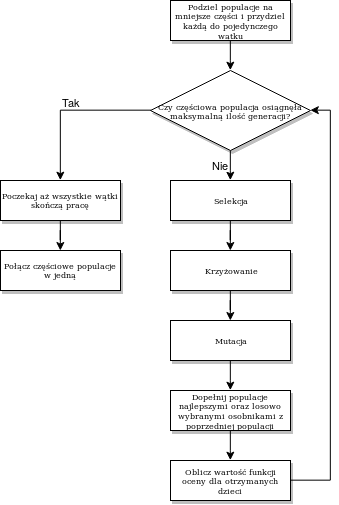
Before: img/next_gen_wyspowy.png, a diagram exported from draw.io (pberezow/inz-pberezow-praca). Source tidied: cells renumbered, new cells last; positions are measured from the earlier drawing's top-left corner, leaving out a move shared by most shapes.
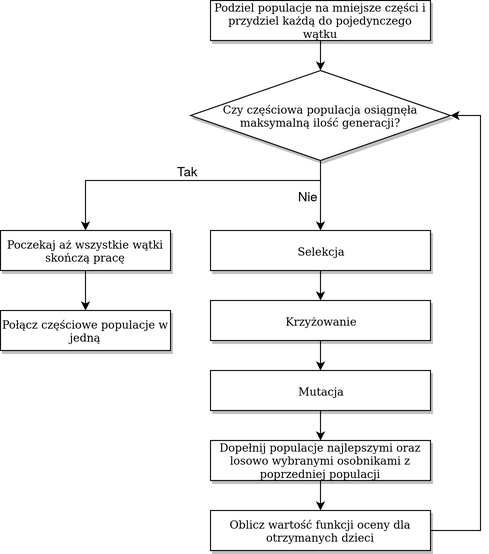
The same diagram one commit later.

What changed in the source:
```diff
@@ -5,61 +5,66 @@
     <mxCell id="2" style="edgeStyle=orthogonalEdgeStyle;rounded=0;jettySize=auto;html=1;entryX=0.5;entryY=0;entryDx=0;entryDy=0;" parent="1" edge="1" source="3" target="16">
       <mxGeometry relative="1" as="geometry" />
     </mxCell>
-    <mxCell id="3" value="Podziel populacje na mniejsze części i przydziel każdą do pojedynczego wątku" style="whiteSpace=wrap;html=1;rounded=0;shadow=1;labelBackgroundColor=none;strokeWidth=1;fontFamily=Verdana;fontSize=8;align=center;" parent="1" vertex="1">
-      <mxGeometry x="170" width="120" height="40" as="geometry" />
+    <mxCell id="3" value="&lt;font style=&quot;font-size: 11px&quot;&gt;Podziel populacje na mniejsze części i przydziel każdą do pojedynczego wątku&lt;/font&gt;" style="whiteSpace=wrap;html=1;rounded=0;shadow=1;labelBackgroundColor=none;strokeWidth=1;fontFamily=Verdana;fontSize=8;align=center;" parent="1" vertex="1">
+      <mxGeometry x="170" y="-50" width="220" height="40" as="geometry" />
     </mxCell>
     <mxCell id="4" style="edgeStyle=orthogonalEdgeStyle;rounded=0;jettySize=auto;html=1;" parent="1" edge="1" source="5" target="7">
       <mxGeometry relative="1" as="geometry" />
     </mxCell>
-    <mxCell id="5" value="Selekcja" style="whiteSpace=wrap;html=1;rounded=0;shadow=1;labelBackgroundColor=none;strokeWidth=1;fontFamily=Verdana;fontSize=8;align=center;" parent="1" vertex="1">
-      <mxGeometry x="170" y="180" width="120" height="40" as="geometry" />
+    <mxCell id="5" value="&lt;font style=&quot;font-size: 11px&quot;&gt;Selekcja&lt;/font&gt;" style="whiteSpace=wrap;html=1;rounded=0;shadow=1;labelBackgroundColor=none;strokeWidth=1;fontFamily=Verdana;fontSize=8;align=center;" parent="1" vertex="1">
+      <mxGeometry x="170" y="180" width="220" height="40" as="geometry" />
     </mxCell>
     <mxCell id="6" style="edgeStyle=orthogonalEdgeStyle;rounded=0;jettySize=auto;html=1;" parent="1" edge="1" source="7" target="9">
       <mxGeometry relative="1" as="geometry" />
     </mxCell>
-    <mxCell id="7" value="Krzyżowanie" style="whiteSpace=wrap;html=1;rounded=0;shadow=1;labelBackgroundColor=none;strokeWidth=1;fontFamily=Verdana;fontSize=8;align=center;" parent="1" vertex="1">
-      <mxGeometry x="170" y="250" width="120" height="40" as="geometry" />
+    <mxCell id="7" value="&lt;font style=&quot;font-size: 11px&quot;&gt;Krzyżowanie&lt;/font&gt;" style="whiteSpace=wrap;html=1;rounded=0;shadow=1;labelBackgroundColor=none;strokeWidth=1;fontFamily=Verdana;fontSize=8;align=center;" parent="1" vertex="1">
+      <mxGeometry x="170" y="250" width="220" height="40" as="geometry" />
     </mxCell>
     <mxCell id="8" style="edgeStyle=orthogonalEdgeStyle;rounded=0;jettySize=auto;html=1;entryX=0.5;entryY=0;entryDx=0;entryDy=0;" parent="1" edge="1" source="9" target="13">
       <mxGeometry relative="1" as="geometry" />
     </mxCell>
-    <mxCell id="9" value="Mutacja" style="whiteSpace=wrap;html=1;rounded=0;shadow=1;labelBackgroundColor=none;strokeWidth=1;fontFamily=Verdana;fontSize=8;align=center;" parent="1" vertex="1">
-      <mxGeometry x="170" y="320" width="120" height="40" as="geometry" />
+    <mxCell id="9" value="&lt;font style=&quot;font-size: 11px&quot;&gt;Mutacja&lt;/font&gt;" style="whiteSpace=wrap;html=1;rounded=0;shadow=1;labelBackgroundColor=none;strokeWidth=1;fontFamily=Verdana;fontSize=8;align=center;" parent="1" vertex="1">
+      <mxGeometry x="170" y="320" width="220" height="40" as="geometry" />
     </mxCell>
     <mxCell id="10" style="edgeStyle=orthogonalEdgeStyle;rounded=0;jettySize=auto;html=1;entryX=1;entryY=0.5;entryDx=0;entryDy=0;" parent="1" edge="1" source="11" target="16">
       <mxGeometry relative="1" as="geometry">
         <Array as="points">
-          <mxPoint x="330" y="480" />
-          <mxPoint x="330" y="110" />
+          <mxPoint x="440" y="480" />
+          <mxPoint x="440" y="65" />
         </Array>
       </mxGeometry>
     </mxCell>
-    <mxCell id="11" value="Oblicz wartość funkcji oceny dla otrzymanych dzieci" style="whiteSpace=wrap;html=1;rounded=0;shadow=1;labelBackgroundColor=none;strokeWidth=1;fontFamily=Verdana;fontSize=8;align=center;" parent="1" vertex="1">
-      <mxGeometry x="170" y="460" width="120" height="40" as="geometry" />
+    <mxCell id="11" value="&lt;font style=&quot;font-size: 11px&quot;&gt;Oblicz wartość funkcji oceny dla otrzymanych dzieci&lt;/font&gt;" style="whiteSpace=wrap;html=1;rounded=0;shadow=1;labelBackgroundColor=none;strokeWidth=1;fontFamily=Verdana;fontSize=8;align=center;" parent="1" vertex="1">
+      <mxGeometry x="170" y="460" width="220" height="40" as="geometry" />
     </mxCell>
     <mxCell id="12" style="edgeStyle=orthogonalEdgeStyle;rounded=0;jettySize=auto;html=1;entryX=0.5;entryY=0;entryDx=0;entryDy=0;" parent="1" edge="1" source="13" target="11">
       <mxGeometry relative="1" as="geometry" />
     </mxCell>
-    <mxCell id="13" value="Dopełnij populacje najlepszymi oraz losowo wybranymi osobnikami z poprzedniej populacji" style="whiteSpace=wrap;html=1;rounded=0;shadow=1;labelBackgroundColor=none;strokeWidth=1;fontFamily=Verdana;fontSize=8;align=center;" parent="1" vertex="1">
-      <mxGeometry x="170" y="390" width="120" height="40" as="geometry" />
+    <mxCell id="13" value="&lt;font style=&quot;font-size: 11px&quot;&gt;Dopełnij populacje najlepszymi oraz losowo wybranymi osobnikami z poprzedniej populacji&lt;/font&gt;" style="whiteSpace=wrap;html=1;rounded=0;shadow=1;labelBackgroundColor=none;strokeWidth=1;fontFamily=Verdana;fontSize=8;align=center;" parent="1" vertex="1">
+      <mxGeometry x="170" y="390" width="220" height="40" as="geometry" />
     </mxCell>
-    <mxCell id="14" value="Tak" style="edgeStyle=orthogonalEdgeStyle;rounded=0;jettySize=auto;html=1;entryX=0.5;entryY=0;entryDx=0;entryDy=0;labelPosition=center;verticalLabelPosition=top;align=center;verticalAlign=bottom;" parent="1" edge="1" source="16" target="18">
-      <mxGeometry relative="1" as="geometry" />
+    <mxCell id="14" value="&lt;font style=&quot;font-size: 13px&quot;&gt;Tak&lt;/font&gt;" style="edgeStyle=orthogonalEdgeStyle;rounded=0;jettySize=auto;html=1;entryX=0.5;entryY=0;entryDx=0;entryDy=0;labelPosition=center;verticalLabelPosition=top;align=center;verticalAlign=bottom;" parent="1" edge="1" source="16" target="18">
+      <mxGeometry relative="1" as="geometry">
+        <Array as="points">
+          <mxPoint x="280" y="130" />
+          <mxPoint x="45" y="130" />
+        </Array>
+      </mxGeometry>
     </mxCell>
-    <mxCell id="15" value="Nie" style="edgeStyle=orthogonalEdgeStyle;rounded=0;jettySize=auto;html=1;entryX=0.5;entryY=0;entryDx=0;entryDy=0;labelPosition=left;verticalLabelPosition=middle;align=right;verticalAlign=middle;" parent="1" edge="1" source="16" target="5">
+    <mxCell id="15" value="&lt;font style=&quot;font-size: 13px&quot;&gt;Nie&lt;/font&gt;" style="edgeStyle=orthogonalEdgeStyle;rounded=0;jettySize=auto;html=1;entryX=0.5;entryY=0;entryDx=0;entryDy=0;labelPosition=left;verticalLabelPosition=middle;align=right;verticalAlign=middle;" parent="1" edge="1" source="16" target="5">
       <mxGeometry relative="1" as="geometry" />
     </mxCell>
-    <mxCell id="16" value="Czy częściowa populacja osiągnęła maksymalną ilość generacji?" style="rhombus;whiteSpace=wrap;html=1;rounded=0;shadow=1;labelBackgroundColor=none;strokeWidth=1;fontFamily=Verdana;fontSize=8;align=center;" parent="1" vertex="1">
-      <mxGeometry x="150" y="70" width="160" height="80" as="geometry" />
+    <mxCell id="16" value="&lt;font style=&quot;font-size: 11px&quot;&gt;Czy częściowa populacja osiągnęła maksymalną ilość generacji?&lt;/font&gt;" style="rhombus;whiteSpace=wrap;html=1;rounded=0;shadow=1;labelBackgroundColor=none;strokeWidth=1;fontFamily=Verdana;fontSize=8;align=center;" parent="1" vertex="1">
+      <mxGeometry x="150" y="20" width="260" height="90" as="geometry" />
     </mxCell>
     <mxCell id="17" style="edgeStyle=orthogonalEdgeStyle;rounded=0;jettySize=auto;html=1;" parent="1" edge="1" source="18" target="19">
       <mxGeometry relative="1" as="geometry" />
     </mxCell>
-    <mxCell id="18" value="Poczekaj aż wszystkie wątki skończą pracę" style="whiteSpace=wrap;html=1;rounded=0;shadow=1;labelBackgroundColor=none;strokeWidth=1;fontFamily=Verdana;fontSize=8;align=center;" parent="1" vertex="1">
-      <mxGeometry y="180" width="120" height="40" as="geometry" />
+    <mxCell id="18" value="&lt;font style=&quot;font-size: 11px&quot;&gt;Poczekaj aż wszystkie wątki skończą pracę&lt;/font&gt;" style="whiteSpace=wrap;html=1;rounded=0;shadow=1;labelBackgroundColor=none;strokeWidth=1;fontFamily=Verdana;fontSize=8;align=center;" parent="1" vertex="1">
+      <mxGeometry x="-40" y="180" width="170" height="40" as="geometry" />
     </mxCell>
-    <mxCell id="19" value="Połącz częściowe populacje w jedną" style="whiteSpace=wrap;html=1;rounded=0;shadow=1;labelBackgroundColor=none;strokeWidth=1;fontFamily=Verdana;fontSize=8;align=center;" parent="1" vertex="1">
-      <mxGeometry y="250" width="120" height="40" as="geometry" />
+    <mxCell id="19" value="&lt;font style=&quot;font-size: 11px&quot;&gt;Połącz częściowe populacje w jedną&lt;/font&gt;" style="whiteSpace=wrap;html=1;rounded=0;shadow=1;labelBackgroundColor=none;strokeWidth=1;fontFamily=Verdana;fontSize=8;align=center;" parent="1" vertex="1">
+      <mxGeometry x="-40" y="260" width="170" height="40" as="geometry" />
     </mxCell>
   </root>
 </mxGraphModel>
```
